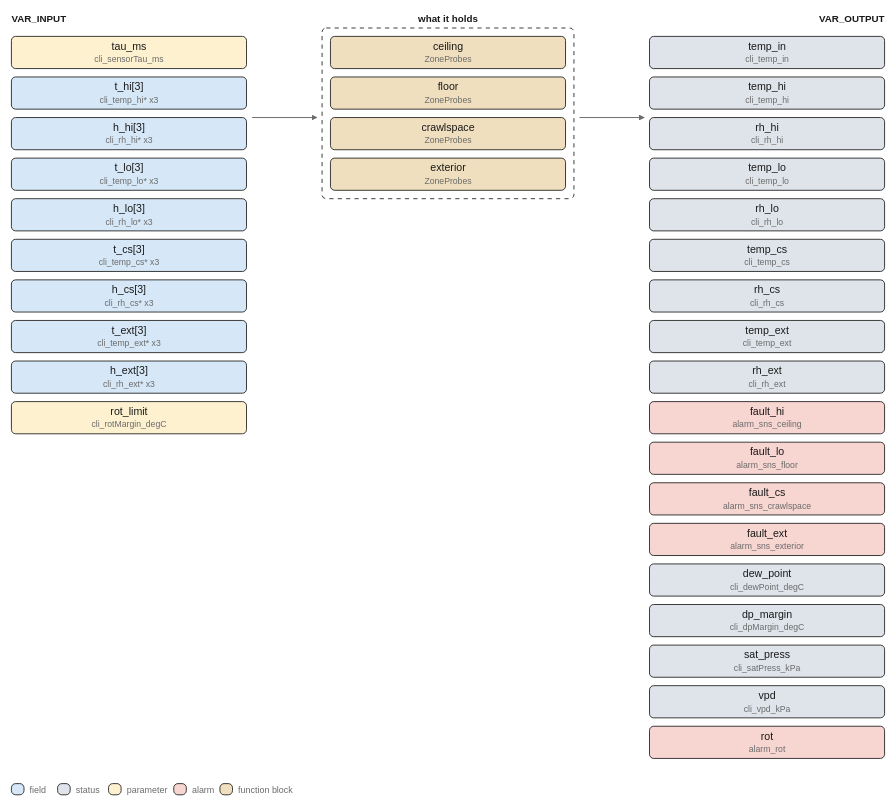
Above: images/logic/temp_rh_zone.drawio.svg in pstch/botanik2 (draw.io), before the change. Source tidied: cells renumbered, new cells last; positions are measured from the earlier drawing's top-left corner, leaving out a move shared by most shapes.
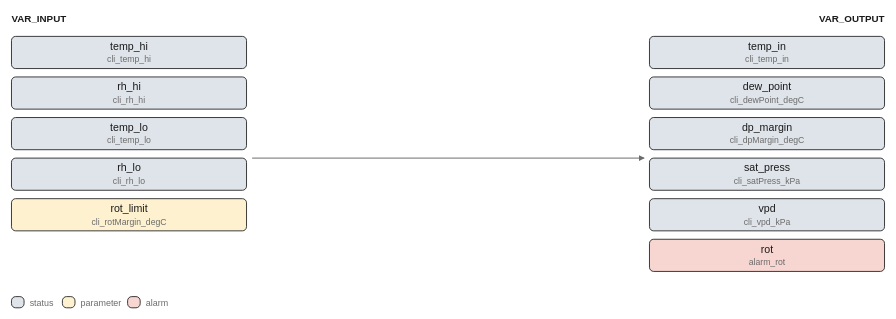
After the change.

Diff of the diagram source:
```diff
@@ -5,152 +5,65 @@
     <mxCell id="2" value="VAR_INPUT" style="text;html=1;fontSize=7;fontColor=#1a1a1a;align=left;fontStyle=1;" parent="1" vertex="1">
       <mxGeometry width="45" height="11" as="geometry" />
     </mxCell>
-    <mxCell id="3" value="what it holds" style="text;html=1;fontSize=7;fontColor=#1a1a1a;align=center;fontStyle=1;" parent="1" vertex="1">
-      <mxGeometry x="312" width="65" height="11" as="geometry" />
+    <mxCell id="3" value="VAR_OUTPUT" style="text;html=1;fontSize=7;fontColor=#1a1a1a;align=left;fontStyle=1;" parent="1" vertex="1">
+      <mxGeometry x="624" width="50" height="11" as="geometry" />
     </mxCell>
-    <mxCell id="4" value="VAR_OUTPUT" style="text;html=1;fontSize=7;fontColor=#1a1a1a;align=left;fontStyle=1;" parent="1" vertex="1">
-      <mxGeometry x="624" width="50" height="11" as="geometry" />
+    <mxCell id="4" value="temp_hi" style="rounded=1;fillColor=#dfe4ea;strokeColor=#1a1a1a;whiteSpace=wrap;html=1;fontSize=8;" parent="1" vertex="1">
+      <mxGeometry y="17" width="168" height="23" as="geometry" />
     </mxCell>
-    <mxCell id="5" value="tau_ms" style="rounded=1;fillColor=#fdf1d0;strokeColor=#1a1a1a;whiteSpace=wrap;html=1;fontSize=8;" parent="1" vertex="1">
-      <mxGeometry y="17" width="168" height="23" as="geometry" />
+    <mxCell id="5" value="rh_hi" style="rounded=1;fillColor=#dfe4ea;strokeColor=#1a1a1a;whiteSpace=wrap;html=1;fontSize=8;" parent="1" vertex="1">
+      <mxGeometry y="46" width="168" height="23" as="geometry" />
     </mxCell>
-    <mxCell id="6" value="t_hi[3]" style="rounded=1;fillColor=#d6e8f7;strokeColor=#1a1a1a;whiteSpace=wrap;html=1;fontSize=8;" parent="1" vertex="1">
-      <mxGeometry y="46" width="168" height="23" as="geometry" />
+    <mxCell id="6" value="temp_lo" style="rounded=1;fillColor=#dfe4ea;strokeColor=#1a1a1a;whiteSpace=wrap;html=1;fontSize=8;" parent="1" vertex="1">
+      <mxGeometry y="75" width="168" height="23" as="geometry" />
     </mxCell>
-    <mxCell id="7" value="h_hi[3]" style="rounded=1;fillColor=#d6e8f7;strokeColor=#1a1a1a;whiteSpace=wrap;html=1;fontSize=8;" parent="1" vertex="1">
-      <mxGeometry y="75" width="168" height="23" as="geometry" />
+    <mxCell id="7" value="rh_lo" style="rounded=1;fillColor=#dfe4ea;strokeColor=#1a1a1a;whiteSpace=wrap;html=1;fontSize=8;" parent="1" vertex="1">
+      <mxGeometry y="104" width="168" height="23" as="geometry" />
     </mxCell>
-    <mxCell id="8" value="t_lo[3]" style="rounded=1;fillColor=#d6e8f7;strokeColor=#1a1a1a;whiteSpace=wrap;html=1;fontSize=8;" parent="1" vertex="1">
-      <mxGeometry y="104" width="168" height="23" as="geometry" />
+    <mxCell id="8" value="rot_limit" style="rounded=1;fillColor=#fdf1d0;strokeColor=#1a1a1a;whiteSpace=wrap;html=1;fontSize=8;" parent="1" vertex="1">
+      <mxGeometry y="133" width="168" height="23" as="geometry" />
     </mxCell>
-    <mxCell id="9" value="h_lo[3]" style="rounded=1;fillColor=#d6e8f7;strokeColor=#1a1a1a;whiteSpace=wrap;html=1;fontSize=8;" parent="1" vertex="1">
-      <mxGeometry y="133" width="168" height="23" as="geometry" />
+    <mxCell id="9" value="temp_in" style="rounded=1;fillColor=#dfe4ea;strokeColor=#1a1a1a;whiteSpace=wrap;html=1;fontSize=8;" parent="1" vertex="1">
+      <mxGeometry x="456" y="17" width="168" height="23" as="geometry" />
     </mxCell>
-    <mxCell id="10" value="t_cs[3]" style="rounded=1;fillColor=#d6e8f7;strokeColor=#1a1a1a;whiteSpace=wrap;html=1;fontSize=8;" parent="1" vertex="1">
-      <mxGeometry y="162" width="168" height="23" as="geometry" />
+    <mxCell id="10" value="dew_point" style="rounded=1;fillColor=#dfe4ea;strokeColor=#1a1a1a;whiteSpace=wrap;html=1;fontSize=8;" parent="1" vertex="1">
+      <mxGeometry x="456" y="46" width="168" height="23" as="geometry" />
     </mxCell>
-    <mxCell id="11" value="h_cs[3]" style="rounded=1;fillColor=#d6e8f7;strokeColor=#1a1a1a;whiteSpace=wrap;html=1;fontSize=8;" parent="1" vertex="1">
-      <mxGeometry y="191" width="168" height="23" as="geometry" />
+    <mxCell id="11" value="dp_margin" style="rounded=1;fillColor=#dfe4ea;strokeColor=#1a1a1a;whiteSpace=wrap;html=1;fontSize=8;" parent="1" vertex="1">
+      <mxGeometry x="456" y="75" width="168" height="23" as="geometry" />
     </mxCell>
-    <mxCell id="12" value="t_ext[3]" style="rounded=1;fillColor=#d6e8f7;strokeColor=#1a1a1a;whiteSpace=wrap;html=1;fontSize=8;" parent="1" vertex="1">
-      <mxGeometry y="220" width="168" height="23" as="geometry" />
+    <mxCell id="12" value="sat_press" style="rounded=1;fillColor=#dfe4ea;strokeColor=#1a1a1a;whiteSpace=wrap;html=1;fontSize=8;" parent="1" vertex="1">
+      <mxGeometry x="456" y="104" width="168" height="23" as="geometry" />
     </mxCell>
-    <mxCell id="13" value="h_ext[3]" style="rounded=1;fillColor=#d6e8f7;strokeColor=#1a1a1a;whiteSpace=wrap;html=1;fontSize=8;" parent="1" vertex="1">
-      <mxGeometry y="249" width="168" height="23" as="geometry" />
+    <mxCell id="13" value="vpd" style="rounded=1;fillColor=#dfe4ea;strokeColor=#1a1a1a;whiteSpace=wrap;html=1;fontSize=8;" parent="1" vertex="1">
+      <mxGeometry x="456" y="133" width="168" height="23" as="geometry" />
     </mxCell>
-    <mxCell id="14" value="rot_limit" style="rounded=1;fillColor=#fdf1d0;strokeColor=#1a1a1a;whiteSpace=wrap;html=1;fontSize=8;" parent="1" vertex="1">
-      <mxGeometry y="278" width="168" height="23" as="geometry" />
+    <mxCell id="14" value="rot" style="rounded=1;fillColor=#f7d5d1;strokeColor=#1a1a1a;whiteSpace=wrap;html=1;fontSize=8;" parent="1" vertex="1">
+      <mxGeometry x="456" y="162" width="168" height="23" as="geometry" />
     </mxCell>
-    <mxCell id="15" value="temp_in" style="rounded=1;fillColor=#dfe4ea;strokeColor=#1a1a1a;whiteSpace=wrap;html=1;fontSize=8;" parent="1" vertex="1">
-      <mxGeometry x="456" y="17" width="168" height="23" as="geometry" />
-    </mxCell>
+    <mxCell id="50" style="edgeStyle=none;html=1;strokeColor=#6b6b6b;endArrow=block;" parent="1" edge="1">
+      <mxGeometry relative="1" as="geometry">
+        <mxPoint x="172" y="104" as="sourcePoint" />
+        <mxPoint x="452" y="104" as="targetPoint" />
+      </mxGeometry>
+    </mxCell>
-    <mxCell id="16" value="temp_hi" style="rounded=1;fillColor=#dfe4ea;strokeColor=#1a1a1a;whiteSpace=wrap;html=1;fontSize=8;" parent="1" vertex="1">
-      <mxGeometry x="456" y="46" width="168" height="23" as="geometry" />
+    <mxCell id="16" style="rounded=1;fillColor=#dfe4ea;strokeColor=#1a1a1a;whiteSpace=wrap;html=1;fontSize=8;" parent="1" vertex="1">
+      <mxGeometry y="203" width="9" height="8" as="geometry" />
     </mxCell>
-    <mxCell id="17" value="rh_hi" style="rounded=1;fillColor=#dfe4ea;strokeColor=#1a1a1a;whiteSpace=wrap;html=1;fontSize=8;" parent="1" vertex="1">
-      <mxGeometry x="456" y="75" width="168" height="23" as="geometry" />
+    <mxCell id="17" value="status" style="text;html=1;fontSize=6;fontColor=#6b6b6b;align=left;" parent="1" vertex="1">
+      <mxGeometry x="13" y="203.6" width="40" height="10.4" as="geometry" />
     </mxCell>
-    <mxCell id="18" value="temp_lo" style="rounded=1;fillColor=#dfe4ea;strokeColor=#1a1a1a;whiteSpace=wrap;html=1;fontSize=8;" parent="1" vertex="1">
-      <mxGeometry x="456" y="104" width="168" height="23" as="geometry" />
+    <mxCell id="18" style="rounded=1;fillColor=#fdf1d0;strokeColor=#1a1a1a;whiteSpace=wrap;html=1;fontSize=8;" parent="1" vertex="1">
+      <mxGeometry x="36.4" y="203" width="9" height="8" as="geometry" />
     </mxCell>
-    <mxCell id="19" value="rh_lo" style="rounded=1;fillColor=#dfe4ea;strokeColor=#1a1a1a;whiteSpace=wrap;html=1;fontSize=8;" parent="1" vertex="1">
-      <mxGeometry x="456" y="133" width="168" height="23" as="geometry" />
+    <mxCell id="19" value="parameter" style="text;html=1;fontSize=6;fontColor=#6b6b6b;align=left;" parent="1" vertex="1">
+      <mxGeometry x="49.4" y="203.6" width="45" height="10.4" as="geometry" />
     </mxCell>
-    <mxCell id="20" value="temp_cs" style="rounded=1;fillColor=#dfe4ea;strokeColor=#1a1a1a;whiteSpace=wrap;html=1;fontSize=8;" parent="1" vertex="1">
-      <mxGeometry x="456" y="162" width="168" height="23" as="geometry" />
+    <mxCell id="20" style="rounded=1;fillColor=#f7d5d1;strokeColor=#1a1a1a;whiteSpace=wrap;html=1;fontSize=8;" parent="1" vertex="1">
+      <mxGeometry x="83" y="203" width="9" height="8" as="geometry" />
     </mxCell>
-    <mxCell id="21" value="rh_cs" style="rounded=1;fillColor=#dfe4ea;strokeColor=#1a1a1a;whiteSpace=wrap;html=1;fontSize=8;" parent="1" vertex="1">
-      <mxGeometry x="456" y="191" width="168" height="23" as="geometry" />
+    <mxCell id="21" value="alarm" style="text;html=1;fontSize=6;fontColor=#6b6b6b;align=left;" parent="1" vertex="1">
+      <mxGeometry x="96" y="203.6" width="40" height="10.4" as="geometry" />
     </mxCell>
-    <mxCell id="22" value="temp_ext" style="rounded=1;fillColor=#dfe4ea;strokeColor=#1a1a1a;whiteSpace=wrap;html=1;fontSize=8;" parent="1" vertex="1">
-      <mxGeometry x="456" y="220" width="168" height="23" as="geometry" />
-    </mxCell>
-    <mxCell id="23" value="rh_ext" style="rounded=1;fillColor=#dfe4ea;strokeColor=#1a1a1a;whiteSpace=wrap;html=1;fontSize=8;" parent="1" vertex="1">
-      <mxGeometry x="456" y="249" width="168" height="23" as="geometry" />
-    </mxCell>
-    <mxCell id="24" value="fault_hi" style="rounded=1;fillColor=#f7d5d1;strokeColor=#1a1a1a;whiteSpace=wrap;html=1;fontSize=8;" parent="1" vertex="1">
-      <mxGeometry x="456" y="278" width="168" height="23" as="geometry" />
-    </mxCell>
-    <mxCell id="25" value="fault_lo" style="rounded=1;fillColor=#f7d5d1;strokeColor=#1a1a1a;whiteSpace=wrap;html=1;fontSize=8;" parent="1" vertex="1">
-      <mxGeometry x="456" y="307" width="168" height="23" as="geometry" />
-    </mxCell>
-    <mxCell id="26" value="fault_cs" style="rounded=1;fillColor=#f7d5d1;strokeColor=#1a1a1a;whiteSpace=wrap;html=1;fontSize=8;" parent="1" vertex="1">
-      <mxGeometry x="456" y="336" width="168" height="23" as="geometry" />
-    </mxCell>
-    <mxCell id="27" value="fault_ext" style="rounded=1;fillColor=#f7d5d1;strokeColor=#1a1a1a;whiteSpace=wrap;html=1;fontSize=8;" parent="1" vertex="1">
-      <mxGeometry x="456" y="365" width="168" height="23" as="geometry" />
-    </mxCell>
-    <mxCell id="28" value="dew_point" style="rounded=1;fillColor=#dfe4ea;strokeColor=#1a1a1a;whiteSpace=wrap;html=1;fontSize=8;" parent="1" vertex="1">
-      <mxGeometry x="456" y="394" width="168" height="23" as="geometry" />
-    </mxCell>
-    <mxCell id="29" value="dp_margin" style="rounded=1;fillColor=#dfe4ea;strokeColor=#1a1a1a;whiteSpace=wrap;html=1;fontSize=8;" parent="1" vertex="1">
-      <mxGeometry x="456" y="423" width="168" height="23" as="geometry" />
-    </mxCell>
-    <mxCell id="30" value="sat_press" style="rounded=1;fillColor=#dfe4ea;strokeColor=#1a1a1a;whiteSpace=wrap;html=1;fontSize=8;" parent="1" vertex="1">
-      <mxGeometry x="456" y="452" width="168" height="23" as="geometry" />
-    </mxCell>
-    <mxCell id="31" value="vpd" style="rounded=1;fillColor=#dfe4ea;strokeColor=#1a1a1a;whiteSpace=wrap;html=1;fontSize=8;" parent="1" vertex="1">
-      <mxGeometry x="456" y="481" width="168" height="23" as="geometry" />
-    </mxCell>
-    <mxCell id="32" value="rot" style="rounded=1;fillColor=#f7d5d1;strokeColor=#1a1a1a;whiteSpace=wrap;html=1;fontSize=8;" parent="1" vertex="1">
-      <mxGeometry x="456" y="510" width="168" height="23" as="geometry" />
-    </mxCell>
-    <mxCell id="33" style="rounded=1;fillColor=#ffffff;strokeColor=#1a1a1a;whiteSpace=wrap;html=1;fontSize=8;dashed=1;" parent="1" vertex="1">
-      <mxGeometry x="222" y="11" width="180" height="122" as="geometry" />
-    </mxCell>
-    <mxCell id="34" value="ceiling" style="rounded=1;fillColor=#f0dfbe;strokeColor=#1a1a1a;whiteSpace=wrap;html=1;fontSize=8;" parent="1" vertex="1">
-      <mxGeometry x="228" y="17" width="168" height="23" as="geometry" />
-    </mxCell>
-    <mxCell id="35" value="floor" style="rounded=1;fillColor=#f0dfbe;strokeColor=#1a1a1a;whiteSpace=wrap;html=1;fontSize=8;" parent="1" vertex="1">
-      <mxGeometry x="228" y="46" width="168" height="23" as="geometry" />
-    </mxCell>
-    <mxCell id="36" value="crawlspace" style="rounded=1;fillColor=#f0dfbe;strokeColor=#1a1a1a;whiteSpace=wrap;html=1;fontSize=8;" parent="1" vertex="1">
-      <mxGeometry x="228" y="75" width="168" height="23" as="geometry" />
-    </mxCell>
-    <mxCell id="37" value="exterior" style="rounded=1;fillColor=#f0dfbe;strokeColor=#1a1a1a;whiteSpace=wrap;html=1;fontSize=8;" parent="1" vertex="1">
-      <mxGeometry x="228" y="104" width="168" height="23" as="geometry" />
-    </mxCell>
-    <mxCell id="38" style="edgeStyle=none;html=1;strokeColor=#6b6b6b;endArrow=block;" parent="1" edge="1">
-      <mxGeometry relative="1" as="geometry">
-        <mxPoint x="172" y="75" as="sourcePoint" />
-        <mxPoint x="218" y="75" as="targetPoint" />
-      </mxGeometry>
-    </mxCell>
-    <mxCell id="39" style="edgeStyle=none;html=1;strokeColor=#6b6b6b;endArrow=block;" parent="1" edge="1">
-      <mxGeometry relative="1" as="geometry">
-        <mxPoint x="406" y="75" as="sourcePoint" />
-        <mxPoint x="452" y="75" as="targetPoint" />
-      </mxGeometry>
-    </mxCell>
-    <mxCell id="40" style="rounded=1;fillColor=#d6e8f7;strokeColor=#1a1a1a;whiteSpace=wrap;html=1;fontSize=8;" parent="1" vertex="1">
-      <mxGeometry y="551" width="9" height="8" as="geometry" />
-    </mxCell>
-    <mxCell id="41" value="field" style="text;html=1;fontSize=6;fontColor=#6b6b6b;align=left;" parent="1" vertex="1">
-      <mxGeometry x="13" y="551.6" width="40" height="10.4" as="geometry" />
-    </mxCell>
-    <mxCell id="42" style="rounded=1;fillColor=#dfe4ea;strokeColor=#1a1a1a;whiteSpace=wrap;html=1;fontSize=8;" parent="1" vertex="1">
-      <mxGeometry x="33" y="551" width="9" height="8" as="geometry" />
-    </mxCell>
-    <mxCell id="43" value="status" style="text;html=1;fontSize=6;fontColor=#6b6b6b;align=left;" parent="1" vertex="1">
-      <mxGeometry x="46" y="551.6" width="40" height="10.4" as="geometry" />
-    </mxCell>
-    <mxCell id="44" style="rounded=1;fillColor=#fdf1d0;strokeColor=#1a1a1a;whiteSpace=wrap;html=1;fontSize=8;" parent="1" vertex="1">
-      <mxGeometry x="69.4" y="551" width="9" height="8" as="geometry" />
-    </mxCell>
-    <mxCell id="45" value="parameter" style="text;html=1;fontSize=6;fontColor=#6b6b6b;align=left;" parent="1" vertex="1">
-      <mxGeometry x="82.4" y="551.6" width="45" height="10.4" as="geometry" />
-    </mxCell>
-    <mxCell id="46" style="rounded=1;fillColor=#f7d5d1;strokeColor=#1a1a1a;whiteSpace=wrap;html=1;fontSize=8;" parent="1" vertex="1">
-      <mxGeometry x="116" y="551" width="9" height="8" as="geometry" />
-    </mxCell>
-    <mxCell id="47" value="alarm" style="text;html=1;fontSize=6;fontColor=#6b6b6b;align=left;" parent="1" vertex="1">
-      <mxGeometry x="129" y="551.6" width="40" height="10.4" as="geometry" />
-    </mxCell>
-    <mxCell id="48" style="rounded=1;fillColor=#f0dfbe;strokeColor=#1a1a1a;whiteSpace=wrap;html=1;fontSize=8;" parent="1" vertex="1">
-      <mxGeometry x="149" y="551" width="9" height="8" as="geometry" />
-    </mxCell>
-    <mxCell id="49" value="function block" style="text;html=1;fontSize=6;fontColor=#6b6b6b;align=left;" parent="1" vertex="1">
-      <mxGeometry x="162" y="551.6" width="70" height="10.4" as="geometry" />
-    </mxCell>
   </root>
 </mxGraphModel>
```
